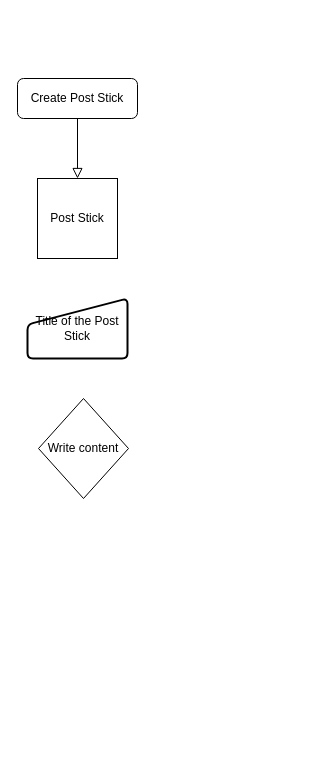
This is ActivityDiagram.drawio from ChessPR/BrdPL, a draw.io file, before an edit. Source tidied: cells renumbered, new cells numbered last; positions are measured from the earlier drawing's top-left corner, leaving out a move shared by most shapes. Both pictures are drawn from the tidied source at 100%, with x=0, y=0 at pixel (17, 78).
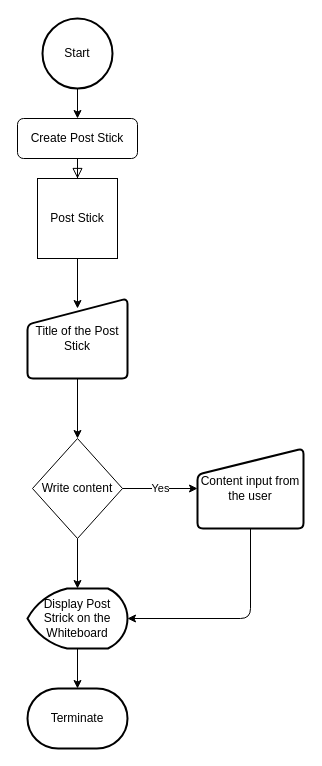
The same diagram, later.

Diff of the diagram source:
```diff
@@
 <mxGraphModel>
   <root>
     <mxCell id="0" />
     <mxCell id="1" parent="0" />
     <mxCell id="2" style="rounded=0;html=1;jettySize=auto;fontSize=11;endArrow=block;endFill=0;endSize=8;strokeWidth=1;shadow=0;labelBackgroundColor=none;edgeStyle=orthogonalEdgeStyle;entryX=0.5;entryY=0;entryDx=0;entryDy=0;" parent="1" edge="1" source="3" target="4">
       <mxGeometry relative="1" as="geometry" />
     </mxCell>
     <mxCell id="3" value="Create Post Stick" style="rounded=1;whiteSpace=wrap;html=1;fontSize=12;glass=0;strokeWidth=1;shadow=0;" parent="1" vertex="1">
-      <mxGeometry width="120" height="40" as="geometry" />
+      <mxGeometry y="40" width="120" height="40" as="geometry" />
     </mxCell>
     <mxCell id="4" value="Post Stick" style="whiteSpace=wrap;html=1;" parent="1" vertex="1">
       <mxGeometry x="20" y="100" width="80" height="80" as="geometry" />
     </mxCell>
     <mxCell id="5" value="Title of the Post Stick" style="html=1;strokeWidth=2;shape=manualInput;whiteSpace=wrap;rounded=1;size=26;arcSize=11;" parent="1" vertex="1">
-      <mxGeometry x="10" y="220" width="100" height="60" as="geometry" />
+      <mxGeometry x="10" y="220" width="100" height="80" as="geometry" />
     </mxCell>
     <mxCell id="6" value="Write content" style="rhombus;whiteSpace=wrap;html=1;" parent="1" vertex="1">
-      <mxGeometry x="21" y="320" width="90" height="100" as="geometry" />
+      <mxGeometry x="15" y="360" width="90" height="100" as="geometry" />
     </mxCell>
+    <mxCell id="7" value="Display Post Strick on the Whiteboard" style="strokeWidth=2;html=1;shape=mxgraph.flowchart.display;whiteSpace=wrap;" parent="1" vertex="1">
+      <mxGeometry x="10" y="510" width="100" height="60" as="geometry" />
+    </mxCell>
+    <mxCell id="8" value="Terminate" style="strokeWidth=2;html=1;shape=mxgraph.flowchart.terminator;whiteSpace=wrap;" parent="1" vertex="1">
+      <mxGeometry x="10" y="610" width="100" height="60" as="geometry" />
+    </mxCell>
+    <mxCell id="9" value="Content input from the user" style="html=1;strokeWidth=2;shape=manualInput;whiteSpace=wrap;rounded=1;size=26;arcSize=11;" parent="1" vertex="1">
+      <mxGeometry x="180" y="370" width="106" height="80" as="geometry" />
+    </mxCell>
+    <mxCell id="10" style="endArrow=classic;html=1;exitX=0.5;exitY=1;exitDx=0;exitDy=0;" parent="1" edge="1" source="4">
+      <mxGeometry relative="1" as="geometry">
+        <mxPoint x="60" y="230" as="targetPoint" />
+      </mxGeometry>
+    </mxCell>
+    <mxCell id="11" style="endArrow=classic;html=1;exitX=0.5;exitY=1;exitDx=0;exitDy=0;" parent="1" edge="1" source="5" target="6">
+      <mxGeometry relative="1" as="geometry" />
+    </mxCell>
+    <mxCell id="12" value="Yes" style="endArrow=classic;html=1;exitX=1;exitY=0.5;exitDx=0;exitDy=0;entryX=0;entryY=0.5;entryDx=0;entryDy=0;" parent="1" edge="1" source="6" target="9">
+      <mxGeometry relative="1" as="geometry" />
+    </mxCell>
+    <mxCell id="13" style="endArrow=classic;html=1;entryX=1;entryY=0.5;entryDx=0;entryDy=0;entryPerimeter=0;exitX=0.5;exitY=1;exitDx=0;exitDy=0;" parent="1" edge="1" source="9" target="7">
+      <mxGeometry relative="1" as="geometry">
+        <Array as="points">
+          <mxPoint x="233" y="540" />
+        </Array>
+      </mxGeometry>
+    </mxCell>
+    <mxCell id="14" style="endArrow=classic;html=1;exitX=0.5;exitY=1;exitDx=0;exitDy=0;entryX=0.5;entryY=0;entryDx=0;entryDy=0;entryPerimeter=0;" parent="1" edge="1" source="6" target="7">
+      <mxGeometry relative="1" as="geometry" />
+    </mxCell>
+    <mxCell id="15" style="endArrow=classic;html=1;exitX=0.5;exitY=1;exitDx=0;exitDy=0;exitPerimeter=0;entryX=0.5;entryY=0;entryDx=0;entryDy=0;entryPerimeter=0;" parent="1" edge="1" source="7" target="8">
+      <mxGeometry relative="1" as="geometry" />
+    </mxCell>
+    <mxCell id="16" value="Start" style="strokeWidth=2;html=1;shape=mxgraph.flowchart.start_2;whiteSpace=wrap;" parent="1" vertex="1">
+      <mxGeometry x="25" y="-60" width="70" height="70" as="geometry" />
+    </mxCell>
+    <mxCell id="17" style="endArrow=classic;html=1;exitX=0.5;exitY=1;exitDx=0;exitDy=0;exitPerimeter=0;entryX=0.5;entryY=0;entryDx=0;entryDy=0;" parent="1" edge="1" source="16" target="3">
+      <mxGeometry relative="1" as="geometry" />
+    </mxCell>
   </root>
 </mxGraphModel>
```
